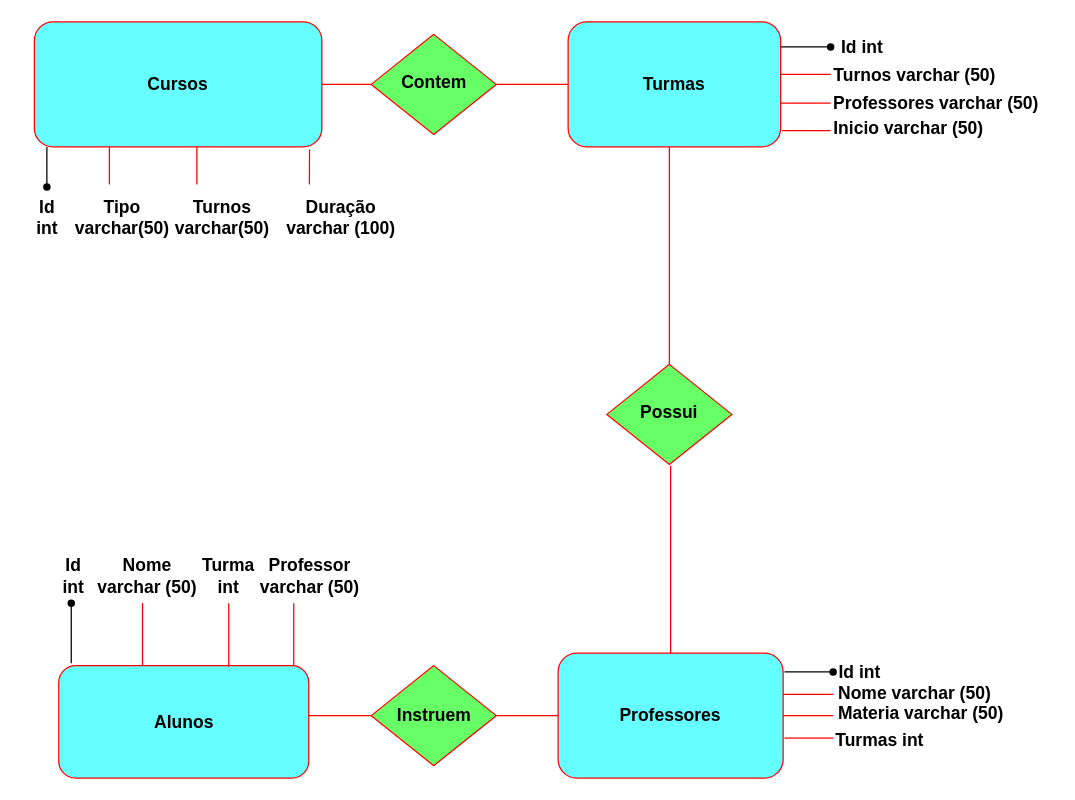
This is Cópia do Diagrama sem nome.drawio from devpedrosou/trabalhoindividualjs, a draw.io file, before an edit. Source tidied: cells renumbered, new cells numbered last; positions are measured from the earlier drawing's top-left corner, leaving out a move shared by most shapes. Both pictures are drawn from the tidied source at 125%, with x=0, y=0 at pixel (21, 21).
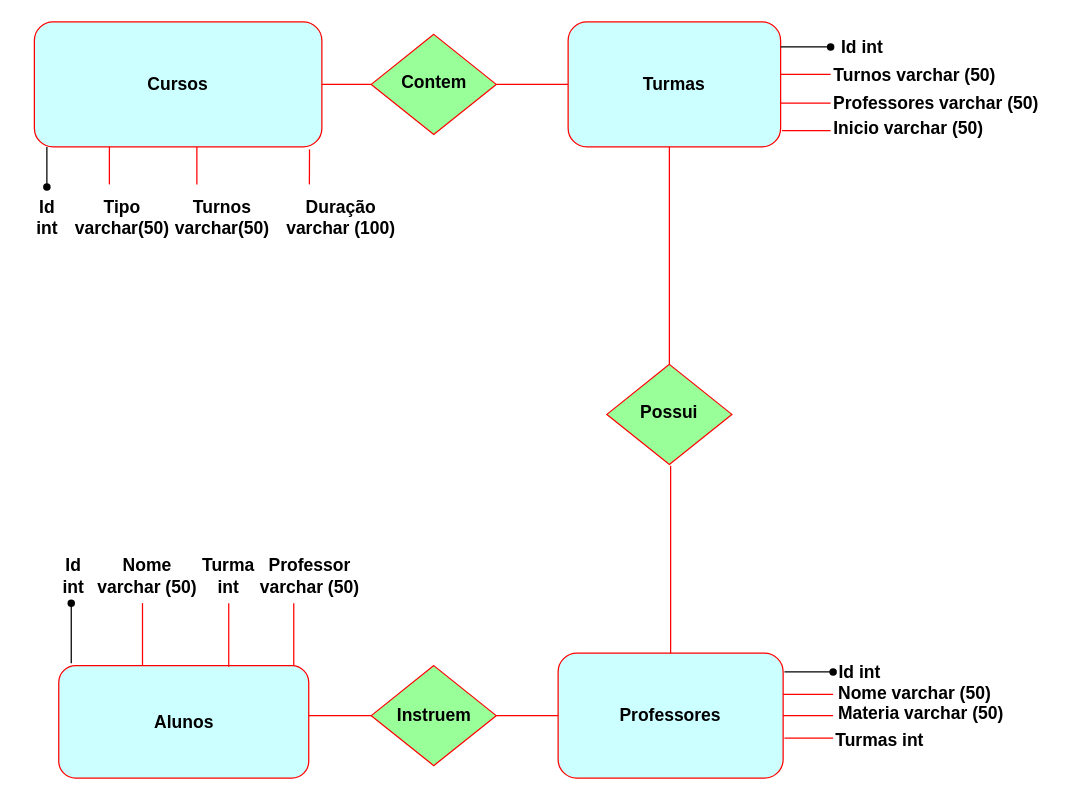
After the change.

Commit message:
trabalho individual modulo 4 =)

Change to the diagram source:
```diff
@@
-    <mxCell id="2" value="Cursos" style="rounded=1;whiteSpace=wrap;html=1;fontSize=14;glass=0;strokeWidth=1;shadow=0;fillColor=#66FFFF;strokeColor=#FF0000;fontStyle=1;" parent="1" vertex="1">
+    <mxCell id="2" value="Cursos" style="rounded=1;whiteSpace=wrap;html=1;fontSize=14;glass=0;strokeWidth=1;shadow=0;fillColor=#CCFFFF;strokeColor=#FF0000;fontStyle=1;" parent="1" vertex="1">
       <mxGeometry x="10" width="230" height="100" as="geometry" />
     </mxCell>
-    <mxCell id="3" value="Contem" style="rhombus;whiteSpace=wrap;html=1;shadow=0;fontFamily=Helvetica;fontSize=14;align=center;strokeWidth=1;spacing=6;spacingTop=-4;fillColor=#66FF66;fontStyle=1;strokeColor=#FF0000;" parent="1" vertex="1">
+    <mxCell id="3" value="Contem" style="rhombus;whiteSpace=wrap;html=1;shadow=0;fontFamily=Helvetica;fontSize=14;align=center;strokeWidth=1;spacing=6;spacingTop=-4;fillColor=#99FF99;fontStyle=1;strokeColor=#FF0000;" parent="1" vertex="1">
       <mxGeometry x="279.5" y="10" width="100" height="80" as="geometry" />
     </mxCell>
-    <mxCell id="4" value="Possui" style="rhombus;whiteSpace=wrap;html=1;shadow=0;fontFamily=Helvetica;fontSize=14;align=center;strokeWidth=1;spacing=6;spacingTop=-4;fillColor=#66FF66;fontStyle=1;strokeColor=#FF0000;" parent="1" vertex="1">
+    <mxCell id="4" value="Possui" style="rhombus;whiteSpace=wrap;html=1;shadow=0;fontFamily=Helvetica;fontSize=14;align=center;strokeWidth=1;spacing=6;spacingTop=-4;fillColor=#99FF99;fontStyle=1;strokeColor=#FF0000;" parent="1" vertex="1">
       <mxGeometry x="468" y="274" width="100" height="80" as="geometry" />
     </mxCell>
-    <mxCell id="5" value="Turmas" style="rounded=1;whiteSpace=wrap;html=1;fontSize=14;glass=0;strokeWidth=1;shadow=0;fillColor=#66FFFF;strokeColor=#FF0000;fontStyle=1;" parent="1" vertex="1">
+    <mxCell id="5" value="Turmas" style="rounded=1;whiteSpace=wrap;html=1;fontSize=14;glass=0;strokeWidth=1;shadow=0;fillColor=#CCFFFF;strokeColor=#FF0000;fontStyle=1;" parent="1" vertex="1">
       <mxGeometry x="437" width="170" height="100" as="geometry" />
     </mxCell>
-    <mxCell id="6" value="Alunos" style="rounded=1;whiteSpace=wrap;html=1;fontSize=14;glass=0;strokeWidth=1;shadow=0;fillColor=#66FFFF;fontStyle=1;strokeColor=#FF0000;" parent="1" vertex="1">
+    <mxCell id="6" value="Alunos" style="rounded=1;whiteSpace=wrap;html=1;fontSize=14;glass=0;strokeWidth=1;shadow=0;fillColor=#CCFFFF;fontStyle=1;strokeColor=#FF0000;" parent="1" vertex="1">
       <mxGeometry x="29.5" y="515" width="200" height="90" as="geometry" />
     </mxCell>
@@
-    <mxCell id="12" value="Professores" style="rounded=1;whiteSpace=wrap;html=1;fillColor=#66FFFF;strokeColor=#FF0000;fontSize=14;fontStyle=1;" parent="1" vertex="1">
+    <mxCell id="12" value="Professores" style="rounded=1;whiteSpace=wrap;html=1;fillColor=#CCFFFF;strokeColor=#FF0000;fontSize=14;fontStyle=1;" parent="1" vertex="1">
       <mxGeometry x="429" y="505" width="180" height="100" as="geometry" />
     </mxCell>
@@
-    <mxCell id="14" value="Instruem" style="rhombus;whiteSpace=wrap;html=1;fillColor=#66FF66;fontStyle=1;fontSize=14;strokeColor=#FF0000;" parent="1" vertex="1">
+    <mxCell id="14" value="Instruem" style="rhombus;whiteSpace=wrap;html=1;fillColor=#99FF99;fontStyle=1;fontSize=14;strokeColor=#FF0000;" parent="1" vertex="1">
       <mxGeometry x="279.5" y="515" width="100" height="80" as="geometry" />
     </mxCell>
```
